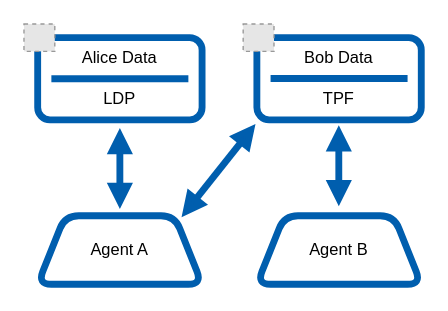
Earlier version of the draw.io diagram page "system" (1 of 2) of img/rdf-crdt.drawio (jitsedesmet/2026-icwe-poster). Source tidied: cells renumbered, new cells numbered last; positions are measured from the earlier drawing's top-left corner, leaving out a move shared by most shapes. Both pictures are drawn from the tidied source at 137%, with x=0, y=0 at pixel (23, 23). Pictures stored in the file or linked from it are replaced by grey dashed boxes.
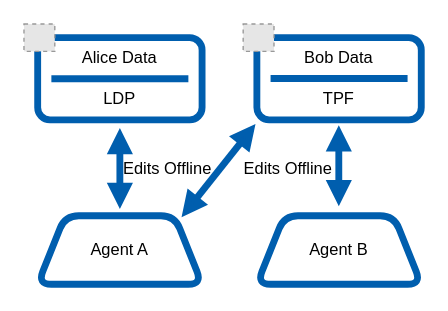
After the change.

Change to the diagram source:
```diff
@@
+    <mxCell id="19" value="Edits Offline" style="text;html=1;whiteSpace=wrap;strokeColor=none;fillColor=none;align=center;verticalAlign=middle;rounded=0;" parent="1" vertex="1">
+      <mxGeometry x="65" y="91" width="80" height="30" as="geometry" />
+    </mxCell>
+    <mxCell id="20" value="Edits Offline" style="text;html=1;whiteSpace=wrap;strokeColor=none;fillColor=none;align=center;verticalAlign=middle;rounded=0;" parent="1" vertex="1">
+      <mxGeometry x="153" y="91" width="80" height="30" as="geometry" />
+    </mxCell>
```
